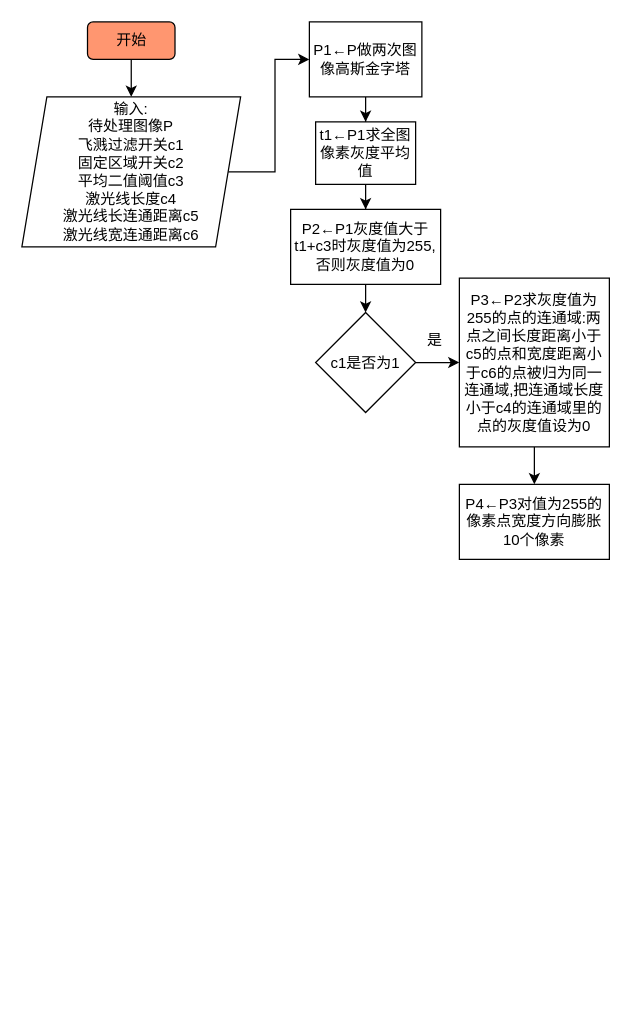
This is 未命名绘图.drawio from qubo188612/Visio, a draw.io file, before an edit. Source tidied: cells renumbered, new cells numbered last; positions are measured from the earlier drawing's top-left corner, leaving out a move shared by most shapes. Both pictures are drawn from the tidied source at 125%, with x=0, y=0 at pixel (21, 21).
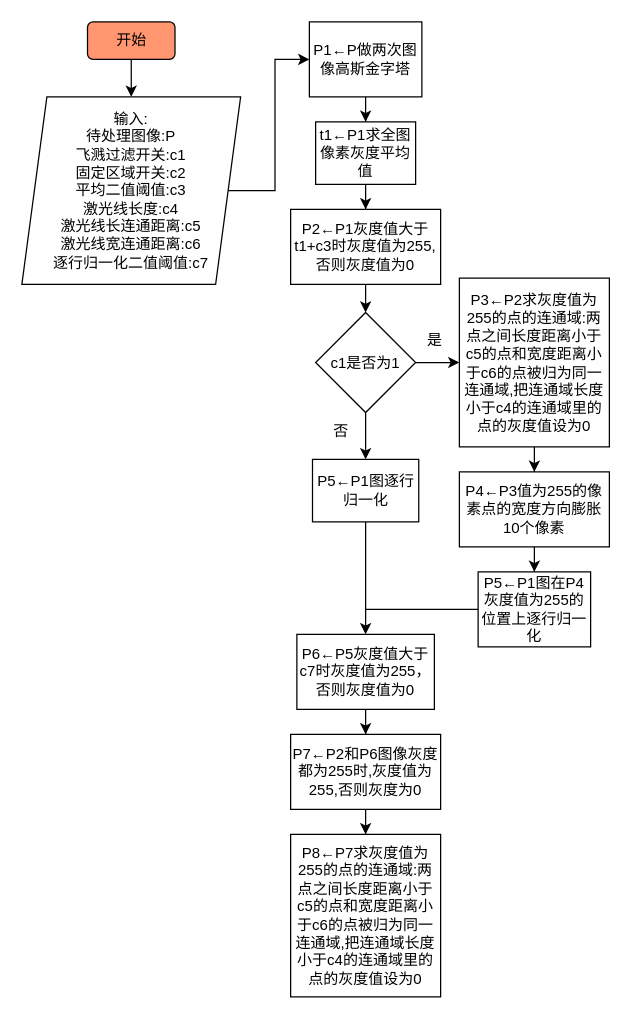
After the change.

Commit message (it also covers changes not shown here):
更新未命名绘图.drawio

The change refers to these unchanged cells:
```xml
<mxCell id="13" value="c1是否为1" style="rhombus;whiteSpace=wrap;html=1;fillColor=#FFFFFF;" parent="1" vertex="1">
  <mxGeometry x="235" y="232.5" width="80" height="80" as="geometry" />
</mxCell>
```

The edit, as a diff of the source:
```diff
@@
-    <mxCell id="5" value="输入:&lt;br&gt;待处理图像P&lt;br&gt;飞溅过滤开关c1&lt;br&gt;固定区域开关c2&lt;br&gt;平均二值阈值c3&lt;br&gt;激光线长度c4&lt;br&gt;激光线长连通距离c5&lt;br&gt;激光线宽连通距离c6" style="shape=parallelogram;perimeter=parallelogramPerimeter;whiteSpace=wrap;html=1;fixedSize=1;" parent="1" vertex="1">
-      <mxGeometry y="60" width="175" height="120" as="geometry" />
+    <mxCell id="5" value="输入:&lt;br&gt;待处理图像:P&lt;br&gt;飞溅过滤开关:c1&lt;br&gt;固定区域开关:c2&lt;br&gt;平均二值阈值:c3&lt;br&gt;激光线长度:c4&lt;br&gt;激光线长连通距离:c5&lt;br&gt;激光线宽连通距离:c6&lt;br&gt;逐行归一化二值阈值:c7" style="shape=parallelogram;perimeter=parallelogramPerimeter;whiteSpace=wrap;html=1;fixedSize=1;" parent="1" vertex="1">
+      <mxGeometry y="60" width="175" height="150" as="geometry" />
     </mxCell>
@@
+    <mxCell id="18" style="edgeStyle=orthogonalEdgeStyle;rounded=0;jettySize=auto;html=1;" parent="1" edge="1" source="13" target="21">
+      <mxGeometry relative="1" as="geometry" />
+    </mxCell>
@@
+    <mxCell id="19" style="edgeStyle=orthogonalEdgeStyle;rounded=0;jettySize=auto;html=1;" parent="1" edge="1" source="17" target="24">
+      <mxGeometry relative="1" as="geometry" />
+    </mxCell>
-    <mxCell id="17" value="P4←P3对值为255的像素点宽度方向膨胀10个像素" style="rounded=0;whiteSpace=wrap;html=1;fillColor=#FFFFFF;" parent="1" vertex="1">
-      <mxGeometry x="350" y="370" width="120" height="60" as="geometry" />
+    <mxCell id="17" value="P4←P3值为255的像素点的宽度方向膨胀10个像素" style="rounded=0;whiteSpace=wrap;html=1;fillColor=#FFFFFF;" parent="1" vertex="1">
+      <mxGeometry x="350" y="360" width="120" height="60" as="geometry" />
     </mxCell>
+    <mxCell id="20" style="edgeStyle=orthogonalEdgeStyle;rounded=0;jettySize=auto;html=1;" parent="1" edge="1" source="21" target="26">
+      <mxGeometry relative="1" as="geometry">
+        <Array as="points">
+          <mxPoint x="275" y="450" />
+          <mxPoint x="275" y="450" />
+        </Array>
+      </mxGeometry>
+    </mxCell>
+    <mxCell id="21" value="P5←P1图逐行归一化" style="rounded=0;whiteSpace=wrap;html=1;fillColor=#FFFFFF;" parent="1" vertex="1">
+      <mxGeometry x="232.5" y="350" width="85" height="50" as="geometry" />
+    </mxCell>
+    <mxCell id="22" value="否" style="text;html=1;align=center;verticalAlign=middle;strokeColor=none;fillColor=none;" parent="1" vertex="1">
+      <mxGeometry x="235" y="312.5" width="40" height="30" as="geometry" />
+    </mxCell>
+    <mxCell id="23" style="edgeStyle=orthogonalEdgeStyle;rounded=0;jettySize=auto;html=1;endArrow=none;endFill=0;exitX=0;exitY=0.5;exitDx=0;exitDy=0;" parent="1" edge="1" source="24">
+      <mxGeometry relative="1" as="geometry">
+        <mxPoint x="275" y="470" as="targetPoint" />
+      </mxGeometry>
+    </mxCell>
+    <mxCell id="24" value="P5←P1图在P4灰度值为255的位置上逐行归一化" style="rounded=0;whiteSpace=wrap;html=1;fillColor=#FFFFFF;" parent="1" vertex="1">
+      <mxGeometry x="365" y="440" width="90" height="60" as="geometry" />
+    </mxCell>
+    <mxCell id="25" style="edgeStyle=orthogonalEdgeStyle;rounded=0;jettySize=auto;html=1;endArrow=classic;endFill=1;" parent="1" edge="1" source="26" target="28">
+      <mxGeometry relative="1" as="geometry" />
+    </mxCell>
+    <mxCell id="26" value="P6←P5灰度值大于c7时灰度值为255，否则灰度值为0" style="rounded=0;whiteSpace=wrap;html=1;fillColor=#FFFFFF;" parent="1" vertex="1">
+      <mxGeometry x="220" y="490" width="110" height="60" as="geometry" />
+    </mxCell>
+    <mxCell id="27" style="edgeStyle=orthogonalEdgeStyle;rounded=0;jettySize=auto;html=1;endArrow=classic;endFill=1;" parent="1" edge="1" source="28" target="29">
+      <mxGeometry relative="1" as="geometry" />
+    </mxCell>
+    <mxCell id="28" value="P7←P2和P6图像灰度都为255时,灰度值为255,否则灰度为0" style="rounded=0;whiteSpace=wrap;html=1;fillColor=#FFFFFF;" parent="1" vertex="1">
+      <mxGeometry x="215" y="570" width="120" height="60" as="geometry" />
+    </mxCell>
+    <mxCell id="29" value="P8←P7求灰度值为255的点的连通域:两点之间长度距离小于c5的点和宽度距离小于c6的点被归为同一连通域,把连通域长度小于c4的连通域里的点的灰度值设为0" style="rounded=0;whiteSpace=wrap;html=1;fillColor=#FFFFFF;" parent="1" vertex="1">
+      <mxGeometry x="215" y="650" width="120" height="130" as="geometry" />
+    </mxCell>
```
